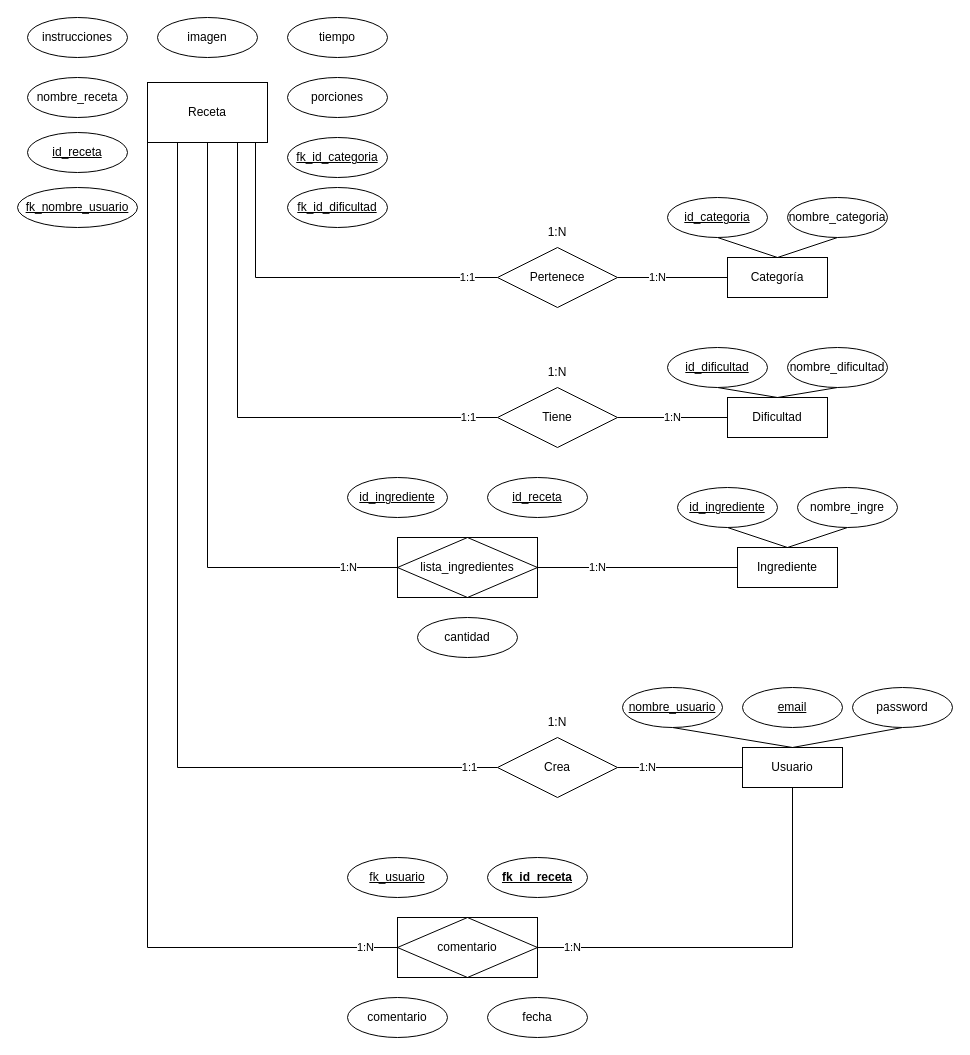
Aguare/ProyectoMaiz keeps this draw.io diagram as BD/BD.drawio. Above is the earlier version. Source tidied: cells renumbered, new cells numbered last; positions are measured from the earlier drawing's top-left corner, leaving out a move shared by most shapes. Both pictures are drawn from the tidied source at 100%, with x=0, y=0 at pixel (17, 17).
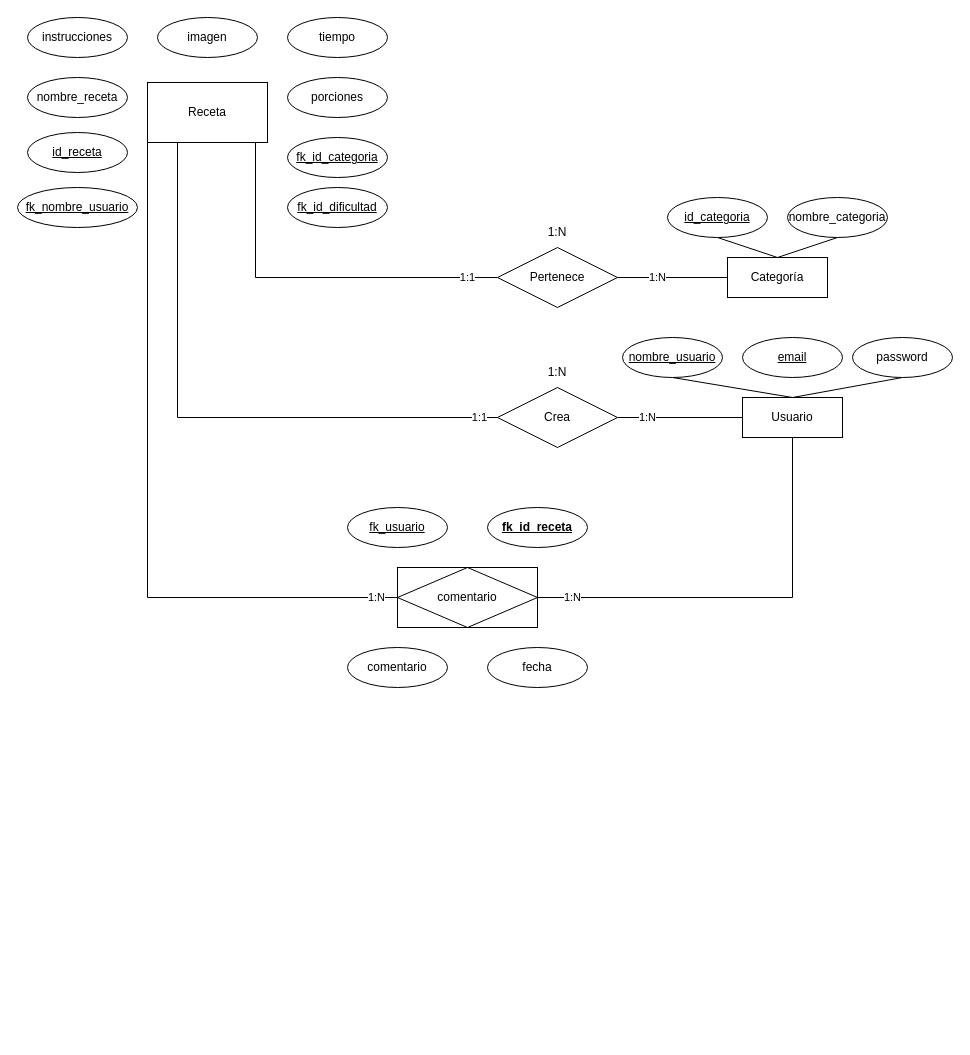
The same diagram, later.

The change refers to these unchanged cells:
```xml
<mxCell id="3" value="Receta" style="rounded=0;whiteSpace=wrap;html=1;" parent="1" vertex="1">
  <mxGeometry x="130" y="65" width="120" height="60" as="geometry" />
</mxCell>
```

What changed in the source:
```diff
@@
-    <mxCell id="16" value="Dificultad" style="whiteSpace=wrap;html=1;align=center;" parent="1" vertex="1">
-      <mxGeometry x="710" y="380" width="100" height="40" as="geometry" />
-    </mxCell>
-    <mxCell id="17" style="edgeStyle=none;rounded=0;jettySize=auto;html=1;exitX=0.5;exitY=1;exitDx=0;exitDy=0;entryX=0.5;entryY=0;entryDx=0;entryDy=0;endArrow=none;endFill=0;" parent="1" edge="1" source="18" target="16">
-      <mxGeometry relative="1" as="geometry" />
-    </mxCell>
-    <mxCell id="18" value="id_dificultad" style="ellipse;whiteSpace=wrap;html=1;align=center;fontStyle=4;" parent="1" vertex="1">
-      <mxGeometry x="650" y="330" width="100" height="40" as="geometry" />
-    </mxCell>
-    <mxCell id="19" style="edgeStyle=none;rounded=0;jettySize=auto;html=1;exitX=0.5;exitY=1;exitDx=0;exitDy=0;endArrow=none;endFill=0;" parent="1" edge="1" source="20">
-      <mxGeometry relative="1" as="geometry">
-        <mxPoint x="760" y="380" as="targetPoint" />
-      </mxGeometry>
-    </mxCell>
-    <mxCell id="20" value="nombre_dificultad" style="ellipse;whiteSpace=wrap;html=1;align=center;" parent="1" vertex="1">
-      <mxGeometry x="770" y="330" width="100" height="40" as="geometry" />
-    </mxCell>
-    <mxCell id="21" style="edgeStyle=none;rounded=0;jettySize=auto;html=1;exitX=0.5;exitY=0;exitDx=0;exitDy=0;entryX=0.5;entryY=1;entryDx=0;entryDy=0;endArrow=none;endFill=0;" parent="1" edge="1" source="24" target="25">
-      <mxGeometry relative="1" as="geometry" />
-    </mxCell>
-    <mxCell id="22" style="edgeStyle=none;rounded=0;jettySize=auto;html=1;exitX=0.5;exitY=0;exitDx=0;exitDy=0;entryX=0.5;entryY=1;entryDx=0;entryDy=0;endArrow=none;endFill=0;" parent="1" edge="1" source="24" target="26">
-      <mxGeometry relative="1" as="geometry" />
-    </mxCell>
-    <mxCell id="23" value="1:N" style="edgeStyle=orthogonalEdgeStyle;rounded=0;jettySize=auto;html=1;exitX=0;exitY=0.5;exitDx=0;exitDy=0;entryX=1;entryY=0.5;entryDx=0;entryDy=0;endArrow=none;endFill=0;" parent="1" edge="1" source="24" target="35">
-      <mxGeometry x="0.4" relative="1" as="geometry" />
-    </mxCell>
-    <mxCell id="24" value="Ingrediente" style="whiteSpace=wrap;html=1;align=center;" parent="1" vertex="1">
-      <mxGeometry x="720" y="530" width="100" height="40" as="geometry" />
-    </mxCell>
-    <mxCell id="25" value="id_ingrediente" style="ellipse;whiteSpace=wrap;html=1;align=center;fontStyle=4;" parent="1" vertex="1">
-      <mxGeometry x="660" y="470" width="100" height="40" as="geometry" />
-    </mxCell>
-    <mxCell id="26" value="nombre_ingre" style="ellipse;whiteSpace=wrap;html=1;align=center;" parent="1" vertex="1">
-      <mxGeometry x="780" y="470" width="100" height="40" as="geometry" />
-    </mxCell>
@@
-    <mxCell id="30" value="1:N" style="edgeStyle=orthogonalEdgeStyle;rounded=0;jettySize=auto;html=1;exitX=1;exitY=0.5;exitDx=0;exitDy=0;entryX=0;entryY=0.5;entryDx=0;entryDy=0;endArrow=none;endFill=0;" parent="1" edge="1" source="32" target="16">
-      <mxGeometry relative="1" as="geometry" />
-    </mxCell>
-    <mxCell id="31" value="1:1" style="edgeStyle=orthogonalEdgeStyle;rounded=0;jettySize=auto;html=1;exitX=0;exitY=0.5;exitDx=0;exitDy=0;entryX=0.75;entryY=1;entryDx=0;entryDy=0;endArrow=none;endFill=0;" parent="1" edge="1" source="32" target="3">
-      <mxGeometry x="-0.89" relative="1" as="geometry" />
-    </mxCell>
-    <mxCell id="32" value="Tiene" style="shape=rhombus;perimeter=rhombusPerimeter;whiteSpace=wrap;html=1;align=center;" parent="1" vertex="1">
-      <mxGeometry x="480" y="370" width="120" height="60" as="geometry" />
-    </mxCell>
-    <mxCell id="33" value="1:N" style="text;html=1;strokeColor=none;fillColor=none;align=center;verticalAlign=middle;whiteSpace=wrap;rounded=0;" parent="1" vertex="1">
-      <mxGeometry x="510" y="340" width="60" height="30" as="geometry" />
-    </mxCell>
-    <mxCell id="34" value="1:N" style="edgeStyle=orthogonalEdgeStyle;rounded=0;jettySize=auto;html=1;exitX=0;exitY=0.5;exitDx=0;exitDy=0;entryX=0.5;entryY=1;entryDx=0;entryDy=0;endArrow=none;endFill=0;" parent="1" edge="1" source="35" target="3">
-      <mxGeometry x="-0.84" relative="1" as="geometry" />
-    </mxCell>
-    <mxCell id="35" value="lista_ingredientes" style="shape=associativeEntity;whiteSpace=wrap;html=1;align=center;" parent="1" vertex="1">
-      <mxGeometry x="380" y="520" width="140" height="60" as="geometry" />
-    </mxCell>
-    <mxCell id="36" value="id_ingrediente" style="ellipse;whiteSpace=wrap;html=1;align=center;fontStyle=4;" parent="1" vertex="1">
-      <mxGeometry x="330" y="460" width="100" height="40" as="geometry" />
-    </mxCell>
-    <mxCell id="37" value="id_receta" style="ellipse;whiteSpace=wrap;html=1;align=center;fontStyle=4;" parent="1" vertex="1">
-      <mxGeometry x="470" y="460" width="100" height="40" as="geometry" />
-    </mxCell>
-    <mxCell id="38" value="cantidad" style="ellipse;whiteSpace=wrap;html=1;align=center;" parent="1" vertex="1">
-      <mxGeometry x="400" y="600" width="100" height="40" as="geometry" />
-    </mxCell>
@@
     <mxCell id="41" value="Usuario" style="whiteSpace=wrap;html=1;align=center;" parent="1" vertex="1">
-      <mxGeometry x="725" y="730" width="100" height="40" as="geometry" />
+      <mxGeometry x="725" y="380" width="100" height="40" as="geometry" />
     </mxCell>
     <mxCell id="42" value="nombre_usuario" style="ellipse;whiteSpace=wrap;html=1;align=center;fontStyle=4;" parent="1" vertex="1">
-      <mxGeometry x="605" y="670" width="100" height="40" as="geometry" />
+      <mxGeometry x="605" y="320" width="100" height="40" as="geometry" />
     </mxCell>
     <mxCell id="43" value="password" style="ellipse;whiteSpace=wrap;html=1;align=center;" parent="1" vertex="1">
-      <mxGeometry x="835" y="670" width="100" height="40" as="geometry" />
+      <mxGeometry x="835" y="320" width="100" height="40" as="geometry" />
     </mxCell>
     <mxCell id="44" value="email" style="ellipse;whiteSpace=wrap;html=1;align=center;fontStyle=4;" parent="1" vertex="1">
-      <mxGeometry x="725" y="670" width="100" height="40" as="geometry" />
+      <mxGeometry x="725" y="320" width="100" height="40" as="geometry" />
     </mxCell>
@@
     <mxCell id="47" value="Crea" style="shape=rhombus;perimeter=rhombusPerimeter;whiteSpace=wrap;html=1;align=center;" parent="1" vertex="1">
-      <mxGeometry x="480" y="720" width="120" height="60" as="geometry" />
+      <mxGeometry x="480" y="370" width="120" height="60" as="geometry" />
     </mxCell>
     <mxCell id="48" value="1:N" style="text;html=1;strokeColor=none;fillColor=none;align=center;verticalAlign=middle;whiteSpace=wrap;rounded=0;" parent="1" vertex="1">
-      <mxGeometry x="510" y="690" width="60" height="30" as="geometry" />
+      <mxGeometry x="510" y="340" width="60" height="30" as="geometry" />
     </mxCell>
@@
     <mxCell id="53" value="comentario" style="shape=associativeEntity;whiteSpace=wrap;html=1;align=center;" parent="1" vertex="1">
-      <mxGeometry x="380" y="900" width="140" height="60" as="geometry" />
+      <mxGeometry x="380" y="550" width="140" height="60" as="geometry" />
     </mxCell>
     <mxCell id="54" value="fk_usuario" style="ellipse;whiteSpace=wrap;html=1;align=center;fontStyle=4;" parent="1" vertex="1">
-      <mxGeometry x="330" y="840" width="100" height="40" as="geometry" />
+      <mxGeometry x="330" y="490" width="100" height="40" as="geometry" />
     </mxCell>
     <mxCell id="55" value="fk_id_receta" style="ellipse;whiteSpace=wrap;html=1;align=center;fontStyle=5;" parent="1" vertex="1">
-      <mxGeometry x="470" y="840" width="100" height="40" as="geometry" />
+      <mxGeometry x="470" y="490" width="100" height="40" as="geometry" />
     </mxCell>
     <mxCell id="56" value="fecha" style="ellipse;whiteSpace=wrap;html=1;align=center;" parent="1" vertex="1">
-      <mxGeometry x="470" y="980" width="100" height="40" as="geometry" />
+      <mxGeometry x="470" y="630" width="100" height="40" as="geometry" />
     </mxCell>
     <mxCell id="57" value="comentario" style="ellipse;whiteSpace=wrap;html=1;align=center;" parent="1" vertex="1">
-      <mxGeometry x="330" y="980" width="100" height="40" as="geometry" />
+      <mxGeometry x="330" y="630" width="100" height="40" as="geometry" />
     </mxCell>
```
